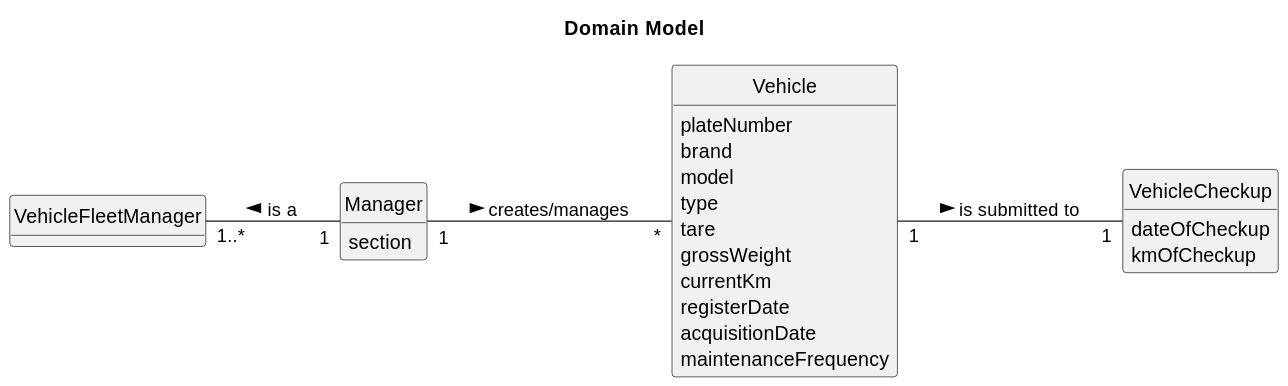
Earlier version of the PlantUML export docs/sprintB/us08/02.analysis/svg/us08-domain-model.svg (Paulo-Pereira-at-ISEP/lei-24-s2-1nanb-g321).
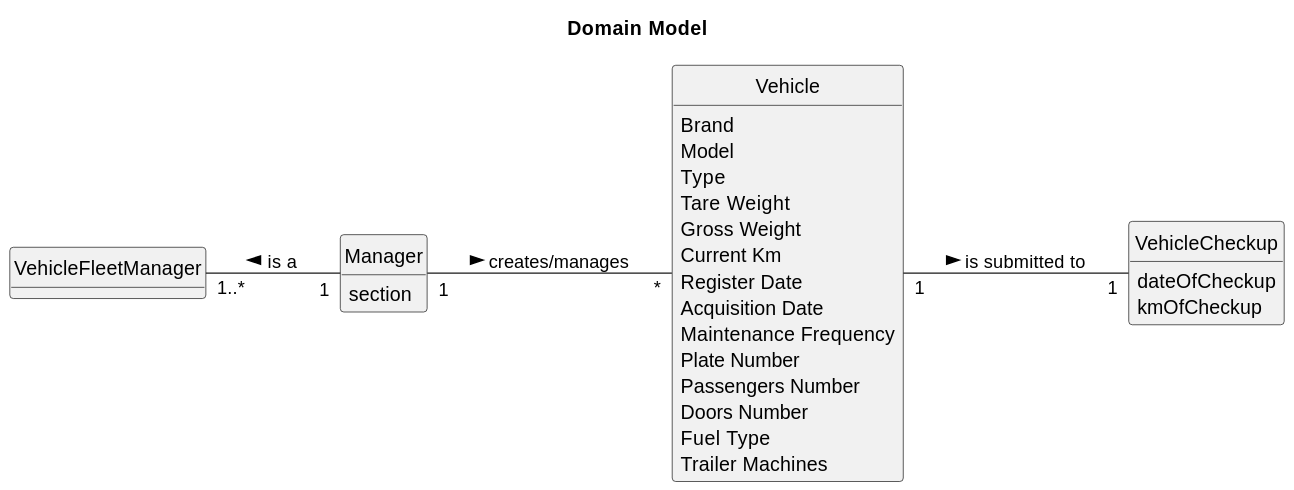
Later version of the same file.

Commit message:
LGGPM-49 - US08 Domain model update(.puml & .svg)

Diff of the diagram source:
```diff
@@ -26,16 +26,20 @@
 }
 
 class Vehicle {
-    plateNumber
-    brand
-    model
-    type
-    tare
-    grossWeight
-    currentKm
-    registerDate
-    acquisitionDate
-    maintenanceFrequency
+    Brand
+    Model
+    Type
+    Tare Weight
+    Gross Weight
+    Current Km
+    Register Date
+    Acquisition Date
+    Maintenance Frequency
+    Plate Number
+    Passengers Number
+    Doors Number
+    Fuel Type
+    Trailer Machines
 }
 
 Manager "1" -- "*" Vehicle: creates/manages >
```
